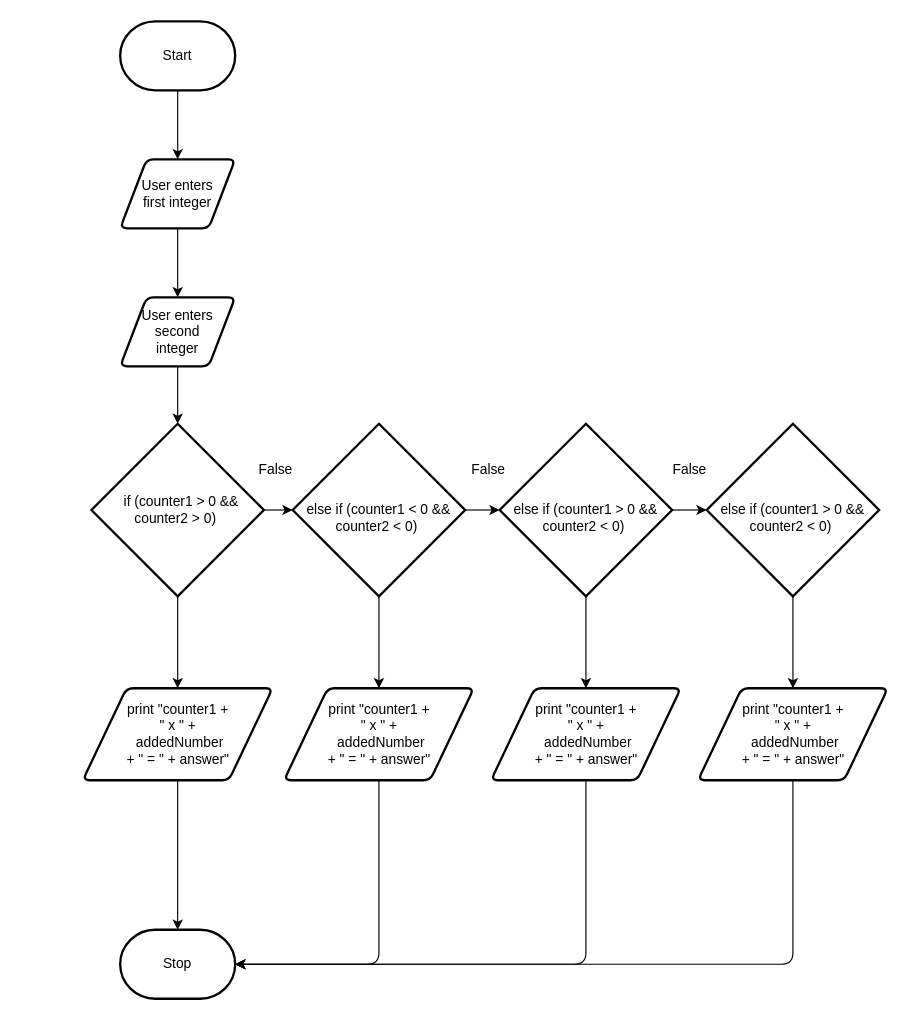
This is designs/flowchart.drawio from KaitlynIp64/ICS2O-Unit-5-06-JS, a draw.io file, before an edit. Source tidied: cells renumbered, new cells numbered last; positions are measured from the earlier drawing's top-left corner, leaving out a move shared by most shapes. Both pictures are drawn from the tidied source at 115%, with x=0, y=0 at pixel (83, 21).
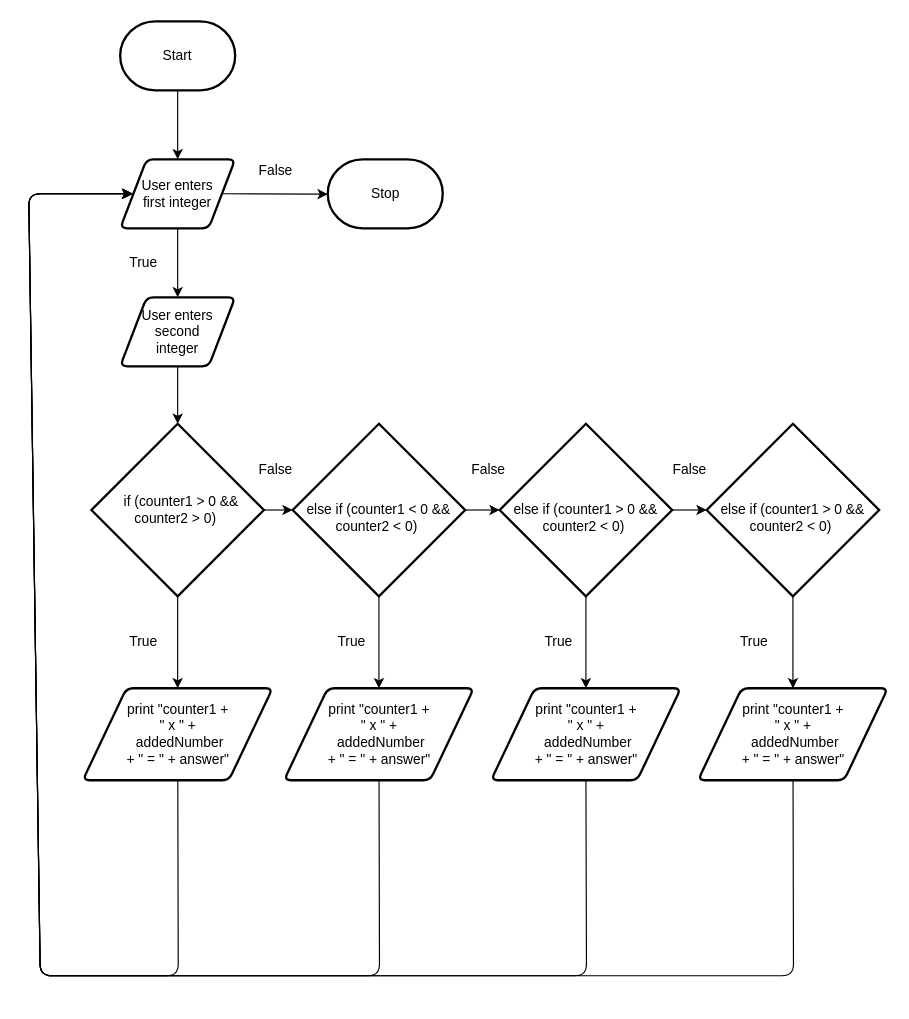
The same diagram, later.

Commit message (it also covers changes not shown here):
added flowchart and storyboard

The change refers to these unchanged cells:
```xml
<mxCell id="5" value="User enters &lt;br&gt;first integer" style="shape=parallelogram;html=1;strokeWidth=2;perimeter=parallelogramPerimeter;whiteSpace=wrap;rounded=1;arcSize=12;size=0.23;" parent="1" vertex="1">
  <mxGeometry x="32" y="120" width="100" height="60" as="geometry" />
</mxCell>
<mxCell id="23" value="print &quot;counter1 + &lt;br&gt;&quot; x &quot; +&lt;br&gt;&amp;nbsp;addedNumber &lt;br&gt;+ &quot; = &quot; + answer&quot;" style="shape=parallelogram;html=1;strokeWidth=2;perimeter=parallelogramPerimeter;whiteSpace=wrap;rounded=1;arcSize=12;size=0.23;" parent="1" vertex="1">
  <mxGeometry x="-0.5" y="580" width="165" height="80" as="geometry" />
</mxCell>
<mxCell id="25" value="print &quot;counter1 + &lt;br&gt;&quot; x &quot; +&lt;br&gt;&amp;nbsp;addedNumber &lt;br&gt;+ &quot; = &quot; + answer&quot;" style="shape=parallelogram;html=1;strokeWidth=2;perimeter=parallelogramPerimeter;whiteSpace=wrap;rounded=1;arcSize=12;size=0.23;" parent="1" vertex="1">
  <mxGeometry x="534.5" y="580" width="165" height="80" as="geometry" />
</mxCell>
<mxCell id="27" value="print &quot;counter1 + &lt;br&gt;&quot; x &quot; +&lt;br&gt;&amp;nbsp;addedNumber &lt;br&gt;+ &quot; = &quot; + answer&quot;" style="shape=parallelogram;html=1;strokeWidth=2;perimeter=parallelogramPerimeter;whiteSpace=wrap;rounded=1;arcSize=12;size=0.23;" parent="1" vertex="1">
  <mxGeometry x="354.5" y="580" width="165" height="80" as="geometry" />
</mxCell>
<mxCell id="29" value="print &quot;counter1 + &lt;br&gt;&quot; x &quot; +&lt;br&gt;&amp;nbsp;addedNumber &lt;br&gt;+ &quot; = &quot; + answer&quot;" style="shape=parallelogram;html=1;strokeWidth=2;perimeter=parallelogramPerimeter;whiteSpace=wrap;rounded=1;arcSize=12;size=0.23;" parent="1" vertex="1">
  <mxGeometry x="174.5" y="580" width="165" height="80" as="geometry" />
</mxCell>
```

Diff of the diagram source:
```diff
@@
+    <mxCell id="31" style="edgeStyle=none;html=1;exitX=1;exitY=0.5;exitDx=0;exitDy=0;" parent="1" edge="1" source="5">
+      <mxGeometry relative="1" as="geometry">
+        <mxPoint x="212.5" y="150.3" as="targetPoint" />
+      </mxGeometry>
+    </mxCell>
@@
-    <mxCell id="22" style="edgeStyle=none;html=1;" parent="1" edge="1" source="23" target="30">
-      <mxGeometry relative="1" as="geometry" />
+    <mxCell id="22" style="edgeStyle=none;html=1;" parent="1" edge="1" source="23">
+      <mxGeometry relative="1" as="geometry">
+        <mxPoint x="42.5" y="150" as="targetPoint" />
+        <Array as="points">
+          <mxPoint x="82.5" y="830" />
+          <mxPoint x="-37.5" y="830" />
+          <mxPoint x="-47.5" y="150" />
+        </Array>
+      </mxGeometry>
     </mxCell>
@@
-    <mxCell id="24" style="edgeStyle=none;html=1;entryX=1;entryY=0.5;entryDx=0;entryDy=0;entryPerimeter=0;" parent="1" edge="1" source="25" target="30">
+    <mxCell id="24" style="edgeStyle=none;html=1;" parent="1" edge="1" source="25">
       <mxGeometry relative="1" as="geometry">
+        <mxPoint x="42.5" y="150" as="targetPoint" />
         <Array as="points">
-          <mxPoint x="617" y="820" />
+          <mxPoint x="617.5" y="830" />
+          <mxPoint x="-37.5" y="830" />
+          <mxPoint x="-47.5" y="150" />
         </Array>
       </mxGeometry>
     </mxCell>
@@
-    <mxCell id="26" style="edgeStyle=none;html=1;exitX=0.5;exitY=1;exitDx=0;exitDy=0;entryX=1;entryY=0.5;entryDx=0;entryDy=0;entryPerimeter=0;" parent="1" edge="1" source="27" target="30">
+    <mxCell id="26" style="edgeStyle=none;html=1;exitX=0.5;exitY=1;exitDx=0;exitDy=0;" parent="1" edge="1" source="27">
       <mxGeometry relative="1" as="geometry">
+        <mxPoint x="42.5" y="150" as="targetPoint" />
         <Array as="points">
-          <mxPoint x="437" y="820" />
+          <mxPoint x="437.5" y="830" />
+          <mxPoint x="-37.5" y="830" />
+          <mxPoint x="-47.5" y="150" />
         </Array>
       </mxGeometry>
     </mxCell>
@@
-    <mxCell id="28" style="edgeStyle=none;html=1;entryX=1;entryY=0.5;entryDx=0;entryDy=0;entryPerimeter=0;" parent="1" edge="1" source="29" target="30">
+    <mxCell id="28" style="edgeStyle=none;html=1;entryX=0;entryY=0.5;entryDx=0;entryDy=0;" parent="1" edge="1" source="29" target="5">
       <mxGeometry relative="1" as="geometry">
         <Array as="points">
-          <mxPoint x="257" y="820" />
+          <mxPoint x="257.5" y="830" />
+          <mxPoint x="112.5" y="830" />
+          <mxPoint x="-37.5" y="830" />
+          <mxPoint x="-47.5" y="150" />
         </Array>
       </mxGeometry>
     </mxCell>
@@
     <mxCell id="30" value="Stop" style="strokeWidth=2;html=1;shape=mxgraph.flowchart.terminator;whiteSpace=wrap;" parent="1" vertex="1">
-      <mxGeometry x="32" y="790" width="100" height="60" as="geometry" />
+      <mxGeometry x="212.5" y="120" width="100" height="60" as="geometry" />
     </mxCell>
+    <mxCell id="32" value="True" style="text;html=1;align=center;verticalAlign=middle;strokeColor=none;fillColor=none;" parent="1" vertex="1">
+      <mxGeometry x="212.5" y="530" width="40" height="20" as="geometry" />
+    </mxCell>
+    <mxCell id="33" value="True" style="text;html=1;align=center;verticalAlign=middle;strokeColor=none;fillColor=none;" parent="1" vertex="1">
+      <mxGeometry x="392.5" y="530" width="40" height="20" as="geometry" />
+    </mxCell>
+    <mxCell id="34" value="True" style="text;html=1;align=center;verticalAlign=middle;strokeColor=none;fillColor=none;" parent="1" vertex="1">
+      <mxGeometry x="562.5" y="530" width="40" height="20" as="geometry" />
+    </mxCell>
+    <mxCell id="35" value="True" style="text;html=1;align=center;verticalAlign=middle;strokeColor=none;fillColor=none;" parent="1" vertex="1">
+      <mxGeometry x="32" y="530" width="40" height="20" as="geometry" />
+    </mxCell>
+    <mxCell id="36" value="True" style="text;html=1;align=center;verticalAlign=middle;strokeColor=none;fillColor=none;" parent="1" vertex="1">
+      <mxGeometry x="32" y="200" width="40" height="20" as="geometry" />
+    </mxCell>
+    <mxCell id="37" value="False" style="text;html=1;align=center;verticalAlign=middle;strokeColor=none;fillColor=none;" parent="1" vertex="1">
+      <mxGeometry x="147" y="120" width="40" height="20" as="geometry" />
+    </mxCell>
```
